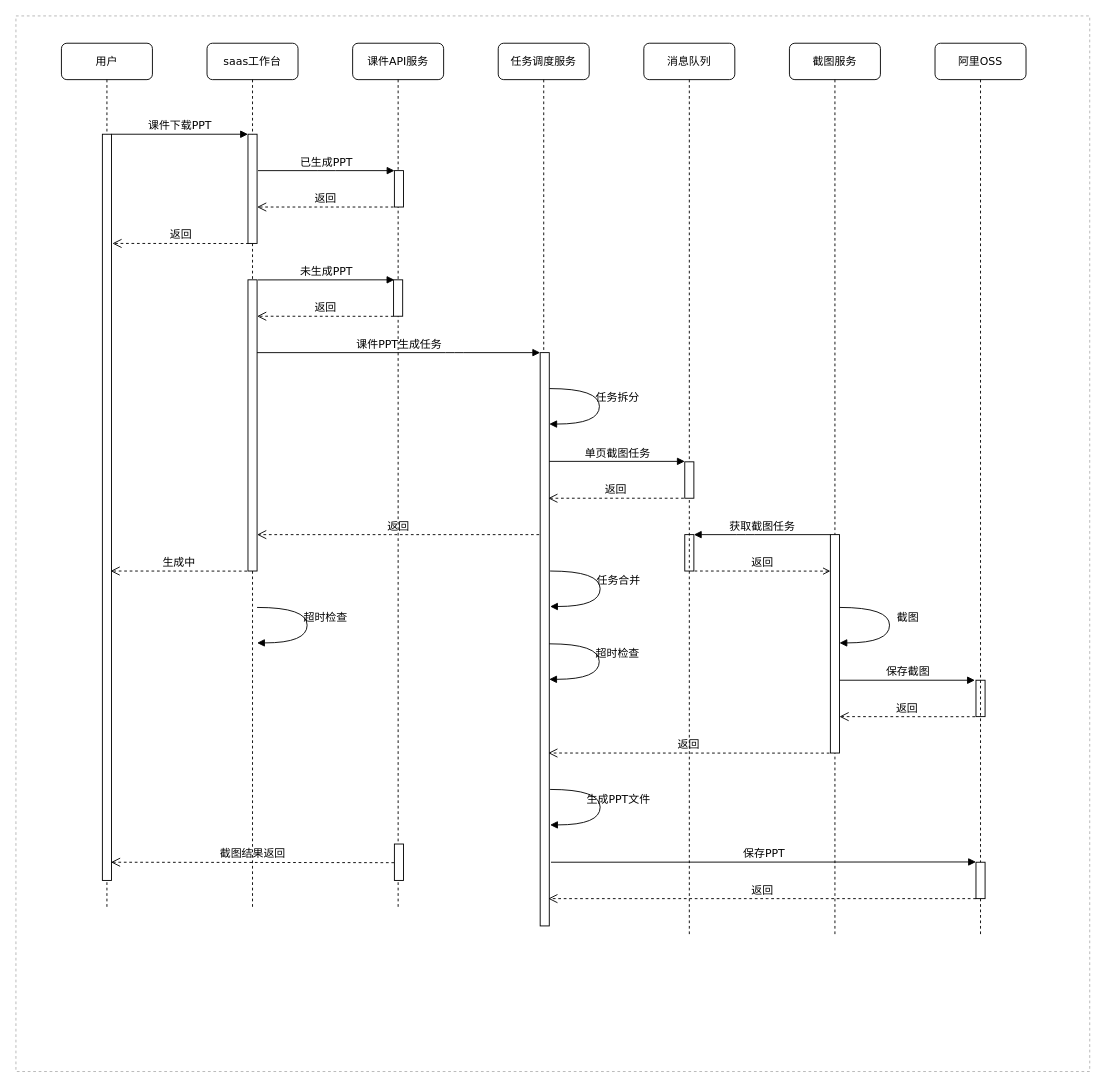
Earlier version of the draw.io diagram gppt.drawio (huanjiesm/courseware-draw). Source tidied: cells renumbered, new cells numbered last; positions are measured from the earlier drawing's top-left corner, leaving out a move shared by most shapes. Both pictures are drawn from the tidied source at 91%, with x=0, y=0 at pixel (15, 15).
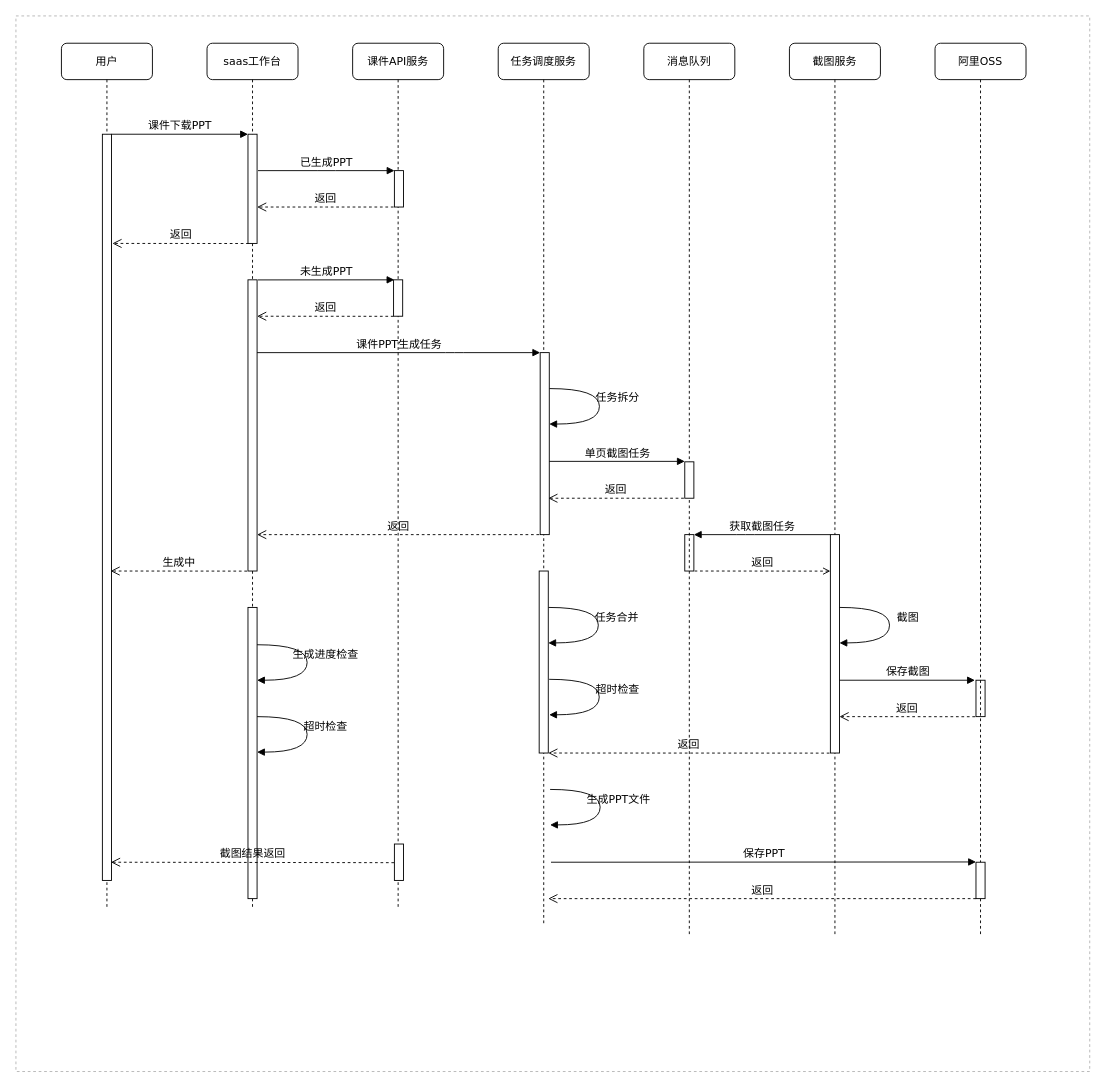
The same page after the edit.

Unchanged cells that the change refers to:
```xml
<mxCell id="3" value="截图服务" style="shape=umlLifeline;perimeter=lifelinePerimeter;whiteSpace=wrap;html=1;rounded=1;shadow=0;comic=0;labelBackgroundColor=none;strokeWidth=1;fontFamily=Verdana;fontSize=12;align=center;" parent="1" vertex="1">
  <mxGeometry x="850" y="30" width="100" height="980" as="geometry" />
</mxCell>
<mxCell id="17" value="saas工作台" style="shape=umlLifeline;perimeter=lifelinePerimeter;whiteSpace=wrap;html=1;rounded=1;shadow=0;comic=0;labelBackgroundColor=none;strokeWidth=1;fontFamily=Verdana;fontSize=12;align=center;" parent="1" vertex="1">
  <mxGeometry x="210" y="30" width="100" height="950" as="geometry" />
</mxCell>
<mxCell id="26" value="任务调度服务" style="shape=umlLifeline;perimeter=lifelinePerimeter;whiteSpace=wrap;html=1;rounded=1;shadow=0;comic=0;labelBackgroundColor=none;strokeWidth=1;fontFamily=Verdana;fontSize=12;align=center;" parent="1" vertex="1">
  <mxGeometry x="530" y="30" width="100" height="970" as="geometry" />
</mxCell>
```

Change to the diagram source:
```diff
@@
-    <mxCell id="7" value="超时检查" style="html=1;verticalAlign=bottom;endArrow=block;labelBackgroundColor=none;fontFamily=Verdana;fontSize=12;elbow=vertical;edgeStyle=orthogonalEdgeStyle;curved=1;exitX=1.038;exitY=0.345;exitPerimeter=0;entryX=1.027;entryY=0.831;entryDx=0;entryDy=0;entryPerimeter=0;" parent="3" edge="1">
-      <mxGeometry x="0.01" y="20" relative="1" as="geometry">
-        <mxPoint x="-585" y="620" as="sourcePoint" />
-        <mxPoint x="-585" y="659" as="targetPoint" />
-        <Array as="points">
-          <mxPoint x="-530" y="620" />
-          <mxPoint x="-530" y="659" />
-        </Array>
-      </mxGeometry>
-    </mxCell>
@@
+    <mxCell id="47" style="html=1;perimeter=orthogonalPerimeter;rounded=0;shadow=0;comic=0;labelBackgroundColor=none;strokeWidth=1;fontFamily=Verdana;fontSize=12;align=center;" parent="17" vertex="1">
+      <mxGeometry x="45" y="620" width="10" height="320" as="geometry" />
+    </mxCell>
@@
     <mxCell id="28" style="html=1;points=[];perimeter=orthogonalPerimeter;rounded=0;shadow=0;comic=0;labelBackgroundColor=none;strokeWidth=1;fontFamily=Verdana;fontSize=12;align=center;" parent="26" vertex="1">
-      <mxGeometry x="46.1" y="340" width="10" height="630" as="geometry" />
+      <mxGeometry x="46.1" y="340" width="10" height="200" as="geometry" />
     </mxCell>
@@
     <mxCell id="42" value="任务合并" style="html=1;verticalAlign=bottom;endArrow=block;labelBackgroundColor=none;fontFamily=Verdana;fontSize=12;elbow=vertical;edgeStyle=orthogonalEdgeStyle;curved=1;exitX=1.038;exitY=0.345;exitPerimeter=0;entryX=1.027;entryY=0.831;entryDx=0;entryDy=0;entryPerimeter=0;" parent="1" edge="1">
       <mxGeometry x="0.01" y="20" relative="1" as="geometry">
-        <mxPoint x="587" y="610" as="sourcePoint" />
-        <mxPoint x="587" y="649" as="targetPoint" />
+        <mxPoint x="585" y="650" as="sourcePoint" />
+        <mxPoint x="585" y="689" as="targetPoint" />
         <Array as="points">
-          <mxPoint x="642" y="610" />
-          <mxPoint x="642" y="649" />
+          <mxPoint x="640" y="650" />
+          <mxPoint x="640" y="689" />
         </Array>
       </mxGeometry>
     </mxCell>
     <mxCell id="43" value="超时检查" style="html=1;verticalAlign=bottom;endArrow=block;labelBackgroundColor=none;fontFamily=Verdana;fontSize=12;elbow=vertical;edgeStyle=orthogonalEdgeStyle;curved=1;exitX=1.038;exitY=0.345;exitPerimeter=0;entryX=1.027;entryY=0.831;entryDx=0;entryDy=0;entryPerimeter=0;" parent="1" edge="1">
       <mxGeometry x="0.01" y="20" relative="1" as="geometry">
-        <mxPoint x="586" y="690" as="sourcePoint" />
-        <mxPoint x="586" y="729" as="targetPoint" />
+        <mxPoint x="586" y="729" as="sourcePoint" />
+        <mxPoint x="586" y="768" as="targetPoint" />
         <Array as="points">
-          <mxPoint x="641" y="690" />
           <mxPoint x="641" y="729" />
+          <mxPoint x="641" y="768" />
         </Array>
       </mxGeometry>
     </mxCell>
@@
+    <mxCell id="7" value="生成进度检查" style="html=1;verticalAlign=bottom;endArrow=block;labelBackgroundColor=none;fontFamily=Verdana;fontSize=12;elbow=vertical;edgeStyle=orthogonalEdgeStyle;curved=1;exitX=1.038;exitY=0.345;exitPerimeter=0;entryX=1.027;entryY=0.831;entryDx=0;entryDy=0;entryPerimeter=0;" parent="1" edge="1">
+      <mxGeometry x="0.01" y="20" relative="1" as="geometry">
+        <mxPoint x="265" y="691" as="sourcePoint" />
+        <mxPoint x="265" y="730" as="targetPoint" />
+        <Array as="points">
+          <mxPoint x="320" y="691" />
+          <mxPoint x="320" y="730" />
+        </Array>
+      </mxGeometry>
+    </mxCell>
+    <mxCell id="48" value="超时检查" style="html=1;verticalAlign=bottom;endArrow=block;labelBackgroundColor=none;fontFamily=Verdana;fontSize=12;elbow=vertical;edgeStyle=orthogonalEdgeStyle;curved=1;exitX=1.038;exitY=0.345;exitPerimeter=0;entryX=1.027;entryY=0.831;entryDx=0;entryDy=0;entryPerimeter=0;" parent="1" edge="1">
+      <mxGeometry x="0.01" y="20" relative="1" as="geometry">
+        <mxPoint x="265" y="770" as="sourcePoint" />
+        <mxPoint x="265" y="809" as="targetPoint" />
+        <Array as="points">
+          <mxPoint x="320" y="770" />
+          <mxPoint x="320" y="809" />
+        </Array>
+      </mxGeometry>
+    </mxCell>
+    <mxCell id="49" style="html=1;perimeter=orthogonalPerimeter;rounded=0;shadow=0;comic=0;labelBackgroundColor=none;strokeWidth=1;fontFamily=Verdana;fontSize=12;align=center;" parent="1" vertex="1">
+      <mxGeometry x="575" y="610" width="10" height="200" as="geometry" />
+    </mxCell>
```
